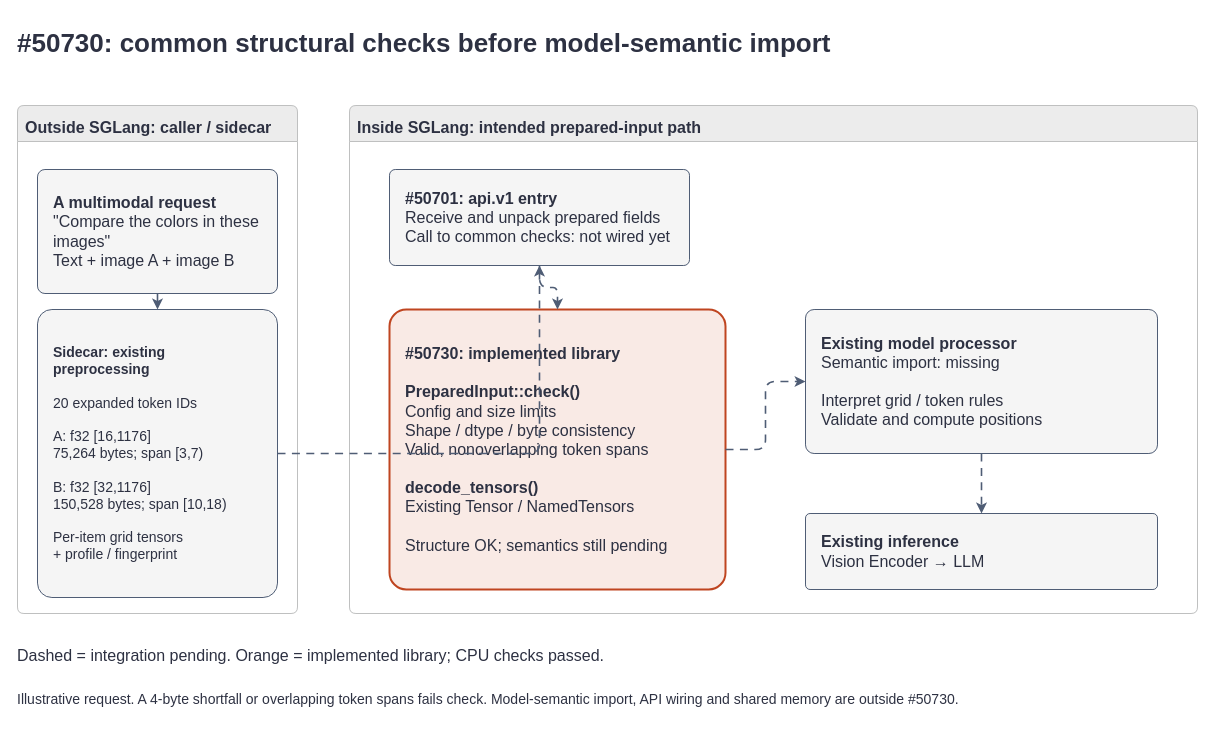
Earlier version of the draw.io diagram assets/prepared-multimodal/50730-position-en.drawio (andrewzyxing/sglang). Source tidied: cells renumbered, new cells numbered last; positions are measured from the earlier drawing's top-left corner, leaving out a move shared by most shapes. Both pictures are drawn from the tidied source at 100%, with x=0, y=0 at pixel (17, 17).
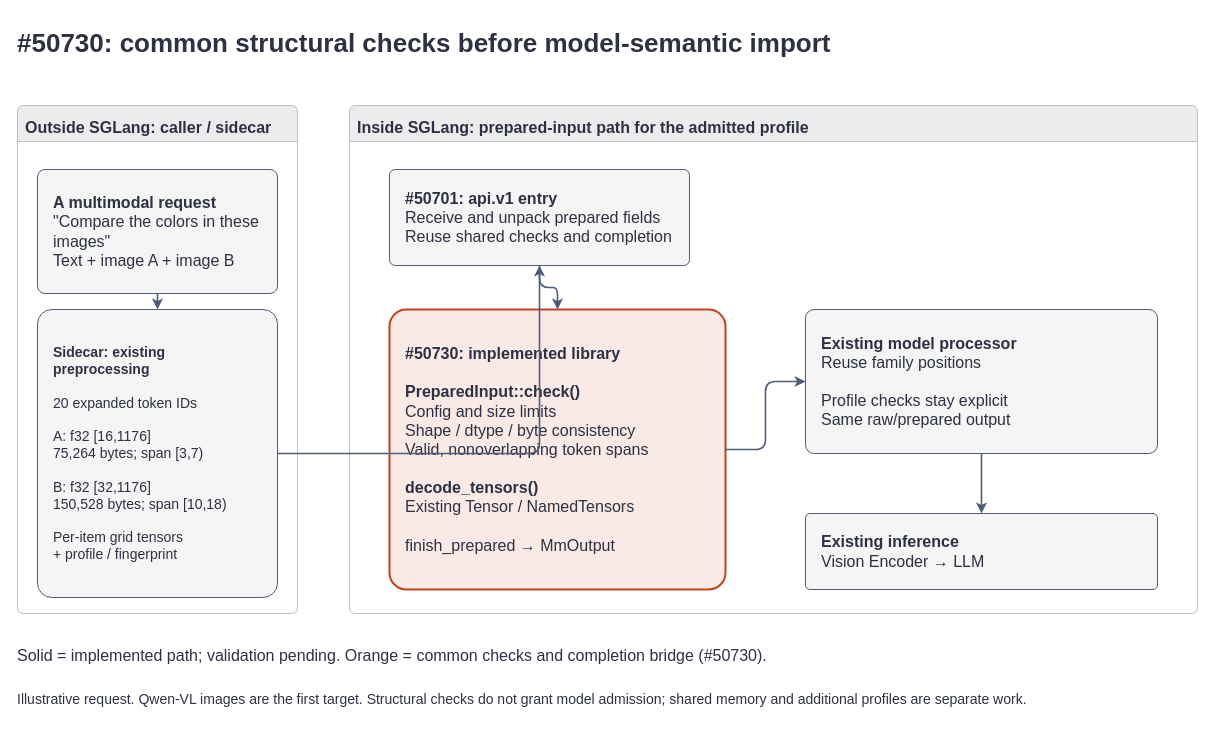
The same page after the edit.

Commit message (it also covers changes not shown here):
docs: Show shared processor completion in prepared input figures

The edit, as a diff of the source:
```diff
@@
 <mxGraphModel>
   <root>
     <mxCell id="0" />
     <mxCell id="1" parent="0" />
     <mxCell id="2" value="&lt;b&gt;#50730: common structural checks before model-semantic import&lt;/b&gt;" style="rounded=1;arcSize=6;whiteSpace=wrap;html=1;fontFamily=Arial;fontSize=16;fontColor=#2d3142;fillColor=#f5f5f5;strokeColor=#4f5d75;align=left;verticalAlign=middle;spacing=16;strokeColor=none;fillColor=none;fontSize=26;spacing=0;" parent="1" vertex="1">
       <mxGeometry width="1160" height="52" as="geometry" />
     </mxCell>
     <mxCell id="3" value="Outside SGLang: caller / sidecar" style="rounded=1;arcSize=6;whiteSpace=wrap;html=1;fontFamily=Arial;fontSize=16;fontColor=#2d3142;fillColor=#f5f5f5;strokeColor=#4f5d75;align=left;verticalAlign=middle;spacing=16;swimlane;startSize=36;fillColor=#ececec;strokeColor=#bfc0c0;fontSize=16;spacing=8;verticalAlign=top;" parent="1" vertex="1">
       <mxGeometry y="88" width="280" height="508" as="geometry" />
     </mxCell>
-    <mxCell id="4" value="Inside SGLang: intended prepared-input path" style="rounded=1;arcSize=6;whiteSpace=wrap;html=1;fontFamily=Arial;fontSize=16;fontColor=#2d3142;fillColor=#f5f5f5;strokeColor=#4f5d75;align=left;verticalAlign=middle;spacing=16;swimlane;startSize=36;fillColor=#ececec;strokeColor=#bfc0c0;fontSize=16;spacing=8;verticalAlign=top;" parent="1" vertex="1">
+    <mxCell id="4" value="Inside SGLang: prepared-input path for the admitted profile" style="rounded=1;arcSize=6;whiteSpace=wrap;html=1;fontFamily=Arial;fontSize=16;fontColor=#2d3142;fillColor=#f5f5f5;strokeColor=#4f5d75;align=left;verticalAlign=middle;spacing=16;swimlane;startSize=36;fillColor=#ececec;strokeColor=#bfc0c0;fontSize=16;spacing=8;verticalAlign=top;" parent="1" vertex="1">
       <mxGeometry x="332" y="88" width="848" height="508" as="geometry" />
     </mxCell>
     <mxCell id="5" value="&lt;b&gt;A multimodal request&lt;/b&gt;&lt;br&gt;&quot;Compare the colors in these images&quot;&lt;br&gt;Text + image A + image B" style="rounded=1;arcSize=6;whiteSpace=wrap;html=1;fontFamily=Arial;fontSize=16;fontColor=#2d3142;fillColor=#f5f5f5;strokeColor=#4f5d75;align=left;verticalAlign=middle;spacing=16;" parent="3" vertex="1">
       <mxGeometry x="20" y="64" width="240" height="124" as="geometry" />
     </mxCell>
     <mxCell id="6" value="&lt;b&gt;Sidecar: existing preprocessing&lt;/b&gt;&lt;br&gt;&lt;br&gt;20 expanded token IDs&lt;br&gt;&lt;br&gt;A: f32 [16,1176]&lt;br&gt;75,264 bytes; span [3,7)&lt;br&gt;&lt;br&gt;B: f32 [32,1176]&lt;br&gt;150,528 bytes; span [10,18)&lt;br&gt;&lt;br&gt;Per-item grid tensors&lt;br&gt;+ profile / fingerprint" style="rounded=1;arcSize=6;whiteSpace=wrap;html=1;fontFamily=Arial;fontSize=16;fontColor=#2d3142;fillColor=#f5f5f5;strokeColor=#4f5d75;align=left;verticalAlign=middle;spacing=16;fontSize=14;" parent="3" vertex="1">
       <mxGeometry x="20" y="204" width="240" height="288" as="geometry" />
     </mxCell>
-    <mxCell id="7" value="&lt;b&gt;#50701: api.v1 entry&lt;/b&gt;&lt;br&gt;Receive and unpack prepared fields&lt;br&gt;Call to common checks: not wired yet" style="rounded=1;arcSize=6;whiteSpace=wrap;html=1;fontFamily=Arial;fontSize=16;fontColor=#2d3142;fillColor=#f5f5f5;strokeColor=#4f5d75;align=left;verticalAlign=middle;spacing=16;" parent="4" vertex="1">
+    <mxCell id="7" value="&lt;b&gt;#50701: api.v1 entry&lt;/b&gt;&lt;br&gt;Receive and unpack prepared fields&lt;br&gt;Reuse shared checks and completion" style="rounded=1;arcSize=6;whiteSpace=wrap;html=1;fontFamily=Arial;fontSize=16;fontColor=#2d3142;fillColor=#f5f5f5;strokeColor=#4f5d75;align=left;verticalAlign=middle;spacing=16;" parent="4" vertex="1">
       <mxGeometry x="40" y="64" width="300" height="96" as="geometry" />
     </mxCell>
-    <mxCell id="8" value="&lt;b&gt;#50730: implemented library&lt;/b&gt;&lt;br&gt;&lt;br&gt;&lt;b&gt;PreparedInput::check()&lt;/b&gt;&lt;br&gt;Config and size limits&lt;br&gt;Shape / dtype / byte consistency&lt;br&gt;Valid, nonoverlapping token spans&lt;br&gt;&lt;br&gt;&lt;b&gt;decode_tensors()&lt;/b&gt;&lt;br&gt;Existing Tensor / NamedTensors&lt;br&gt;&lt;br&gt;Structure OK; semantics still pending" style="rounded=1;arcSize=6;whiteSpace=wrap;html=1;fontFamily=Arial;fontSize=16;fontColor=#2d3142;fillColor=#f5f5f5;strokeColor=#4f5d75;align=left;verticalAlign=middle;spacing=16;fillColor=#f9eae5;strokeColor=#bf4520;strokeWidth=2;" parent="4" vertex="1">
+    <mxCell id="8" value="&lt;b&gt;#50730: implemented library&lt;/b&gt;&lt;br&gt;&lt;br&gt;&lt;b&gt;PreparedInput::check()&lt;/b&gt;&lt;br&gt;Config and size limits&lt;br&gt;Shape / dtype / byte consistency&lt;br&gt;Valid, nonoverlapping token spans&lt;br&gt;&lt;br&gt;&lt;b&gt;decode_tensors()&lt;/b&gt;&lt;br&gt;Existing Tensor / NamedTensors&lt;br&gt;&lt;br&gt;finish_prepared → MmOutput" style="rounded=1;arcSize=6;whiteSpace=wrap;html=1;fontFamily=Arial;fontSize=16;fontColor=#2d3142;fillColor=#f5f5f5;strokeColor=#4f5d75;align=left;verticalAlign=middle;spacing=16;fillColor=#f9eae5;strokeColor=#bf4520;strokeWidth=2;" parent="4" vertex="1">
       <mxGeometry x="40" y="204" width="336" height="280" as="geometry" />
     </mxCell>
-    <mxCell id="9" value="&lt;b&gt;Existing model processor&lt;/b&gt;&lt;br&gt;Semantic import: missing&lt;br&gt;&lt;br&gt;Interpret grid / token rules&lt;br&gt;Validate and compute positions" style="rounded=1;arcSize=6;whiteSpace=wrap;html=1;fontFamily=Arial;fontSize=16;fontColor=#2d3142;fillColor=#f5f5f5;strokeColor=#4f5d75;align=left;verticalAlign=middle;spacing=16;" parent="4" vertex="1">
+    <mxCell id="9" value="&lt;b&gt;Existing model processor&lt;/b&gt;&lt;br&gt;Reuse family positions&lt;br&gt;&lt;br&gt;Profile checks stay explicit&lt;br&gt;Same raw/prepared output" style="rounded=1;arcSize=6;whiteSpace=wrap;html=1;fontFamily=Arial;fontSize=16;fontColor=#2d3142;fillColor=#f5f5f5;strokeColor=#4f5d75;align=left;verticalAlign=middle;spacing=16;" parent="4" vertex="1">
       <mxGeometry x="456" y="204" width="352" height="144" as="geometry" />
     </mxCell>
     <mxCell id="10" value="&lt;b&gt;Existing inference&lt;/b&gt;&lt;br&gt;Vision Encoder → LLM" style="rounded=1;arcSize=6;whiteSpace=wrap;html=1;fontFamily=Arial;fontSize=16;fontColor=#2d3142;fillColor=#f5f5f5;strokeColor=#4f5d75;align=left;verticalAlign=middle;spacing=16;" parent="4" vertex="1">
       <mxGeometry x="456" y="408" width="352" height="76" as="geometry" />
     </mxCell>
     <mxCell id="11" style="html=1;edgeStyle=orthogonalEdgeStyle;rounded=1;endArrow=classic;strokeWidth=1.6;strokeColor=#4f5d75;labelBackgroundColor=default;defaultLabelBackgroundColor=page;" parent="3" edge="1" source="5" target="6">
       <mxGeometry relative="1" as="geometry" />
     </mxCell>
-    <mxCell id="12" style="html=1;edgeStyle=orthogonalEdgeStyle;rounded=1;endArrow=classic;strokeWidth=1.6;strokeColor=#4f5d75;dashed=1;dashPattern=5 4;labelBackgroundColor=default;defaultLabelBackgroundColor=page;" parent="1" edge="1" source="6" target="7">
+    <mxCell id="12" style="html=1;edgeStyle=orthogonalEdgeStyle;rounded=1;endArrow=classic;strokeWidth=1.6;strokeColor=#4f5d75;labelBackgroundColor=default;defaultLabelBackgroundColor=page;" parent="1" edge="1" source="6" target="7">
       <mxGeometry relative="1" as="geometry" />
     </mxCell>
-    <mxCell id="13" style="html=1;edgeStyle=orthogonalEdgeStyle;rounded=1;endArrow=classic;strokeWidth=1.6;strokeColor=#4f5d75;dashed=1;dashPattern=5 4;labelBackgroundColor=default;defaultLabelBackgroundColor=page;" parent="4" edge="1" source="7" target="8">
+    <mxCell id="13" style="html=1;edgeStyle=orthogonalEdgeStyle;rounded=1;endArrow=classic;strokeWidth=1.6;strokeColor=#4f5d75;labelBackgroundColor=default;defaultLabelBackgroundColor=page;" parent="4" edge="1" source="7" target="8">
       <mxGeometry relative="1" as="geometry" />
     </mxCell>
-    <mxCell id="14" style="html=1;edgeStyle=orthogonalEdgeStyle;rounded=1;endArrow=classic;strokeWidth=1.6;strokeColor=#4f5d75;dashed=1;dashPattern=5 4;labelBackgroundColor=default;defaultLabelBackgroundColor=page;" parent="4" edge="1" source="8" target="9">
+    <mxCell id="14" style="html=1;edgeStyle=orthogonalEdgeStyle;rounded=1;endArrow=classic;strokeWidth=1.6;strokeColor=#4f5d75;labelBackgroundColor=default;defaultLabelBackgroundColor=page;" parent="4" edge="1" source="8" target="9">
       <mxGeometry relative="1" as="geometry" />
     </mxCell>
-    <mxCell id="15" style="html=1;edgeStyle=orthogonalEdgeStyle;rounded=1;endArrow=classic;strokeWidth=1.6;strokeColor=#4f5d75;dashed=1;dashPattern=5 4;labelBackgroundColor=default;defaultLabelBackgroundColor=page;" parent="4" edge="1" source="9" target="10">
+    <mxCell id="15" style="html=1;edgeStyle=orthogonalEdgeStyle;rounded=1;endArrow=classic;strokeWidth=1.6;strokeColor=#4f5d75;labelBackgroundColor=default;defaultLabelBackgroundColor=page;" parent="4" edge="1" source="9" target="10">
       <mxGeometry relative="1" as="geometry" />
     </mxCell>
-    <mxCell id="16" value="Dashed = integration pending. Orange = implemented library; CPU checks passed." style="rounded=1;arcSize=6;whiteSpace=wrap;html=1;fontFamily=Arial;fontSize=16;fontColor=#2d3142;fillColor=#f5f5f5;strokeColor=#4f5d75;align=left;verticalAlign=middle;spacing=16;strokeColor=none;fillColor=none;fontSize=16;spacing=0;" parent="1" vertex="1">
+    <mxCell id="16" value="Solid = implemented path; validation pending. Orange = common checks and completion bridge (#50730)." style="rounded=1;arcSize=6;whiteSpace=wrap;html=1;fontFamily=Arial;fontSize=16;fontColor=#2d3142;fillColor=#f5f5f5;strokeColor=#4f5d75;align=left;verticalAlign=middle;spacing=16;strokeColor=none;fillColor=none;fontSize=16;spacing=0;" parent="1" vertex="1">
       <mxGeometry y="620" width="1160" height="36" as="geometry" />
     </mxCell>
-    <mxCell id="17" value="Illustrative request. A 4-byte shortfall or overlapping token spans fails check. Model-semantic import, API wiring and shared memory are outside #50730." style="rounded=1;arcSize=6;whiteSpace=wrap;html=1;fontFamily=Arial;fontSize=16;fontColor=#2d3142;fillColor=#f5f5f5;strokeColor=#4f5d75;align=left;verticalAlign=middle;spacing=16;strokeColor=none;fillColor=none;fontSize=14;spacing=0;" parent="1" vertex="1">
+    <mxCell id="17" value="Illustrative request. Qwen-VL images are the first target. Structural checks do not grant model admission; shared memory and additional profiles are separate work." style="rounded=1;arcSize=6;whiteSpace=wrap;html=1;fontFamily=Arial;fontSize=16;fontColor=#2d3142;fillColor=#f5f5f5;strokeColor=#4f5d75;align=left;verticalAlign=middle;spacing=16;strokeColor=none;fillColor=none;fontSize=14;spacing=0;" parent="1" vertex="1">
       <mxGeometry y="664" width="1160" height="36" as="geometry" />
     </mxCell>
   </root>
 </mxGraphModel>
```
